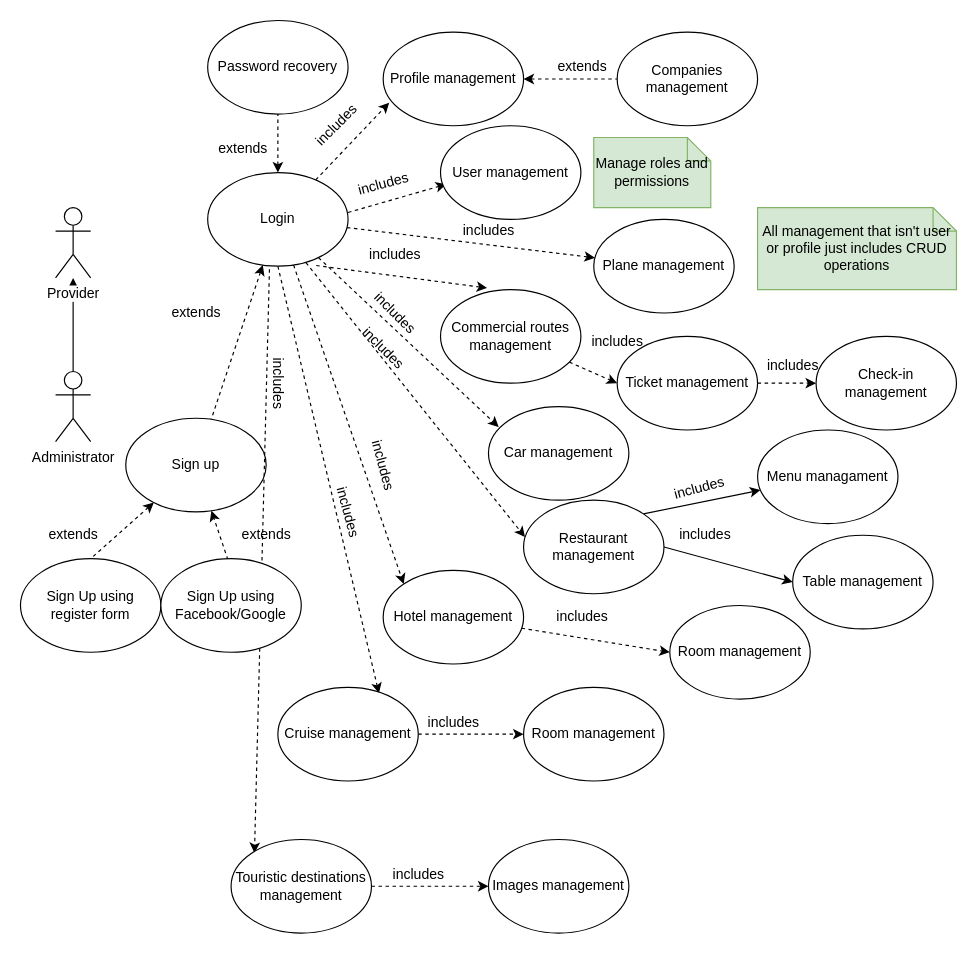
This is Vacanze/Use cases.drawio from NeutronBlast/IS-Ex, a draw.io file, before an edit. Source tidied: cells renumbered, new cells numbered last; positions are measured from the earlier drawing's top-left corner, leaving out a move shared by most shapes. Both pictures are drawn from the tidied source at 117%, with x=0, y=0 at pixel (20, 20).
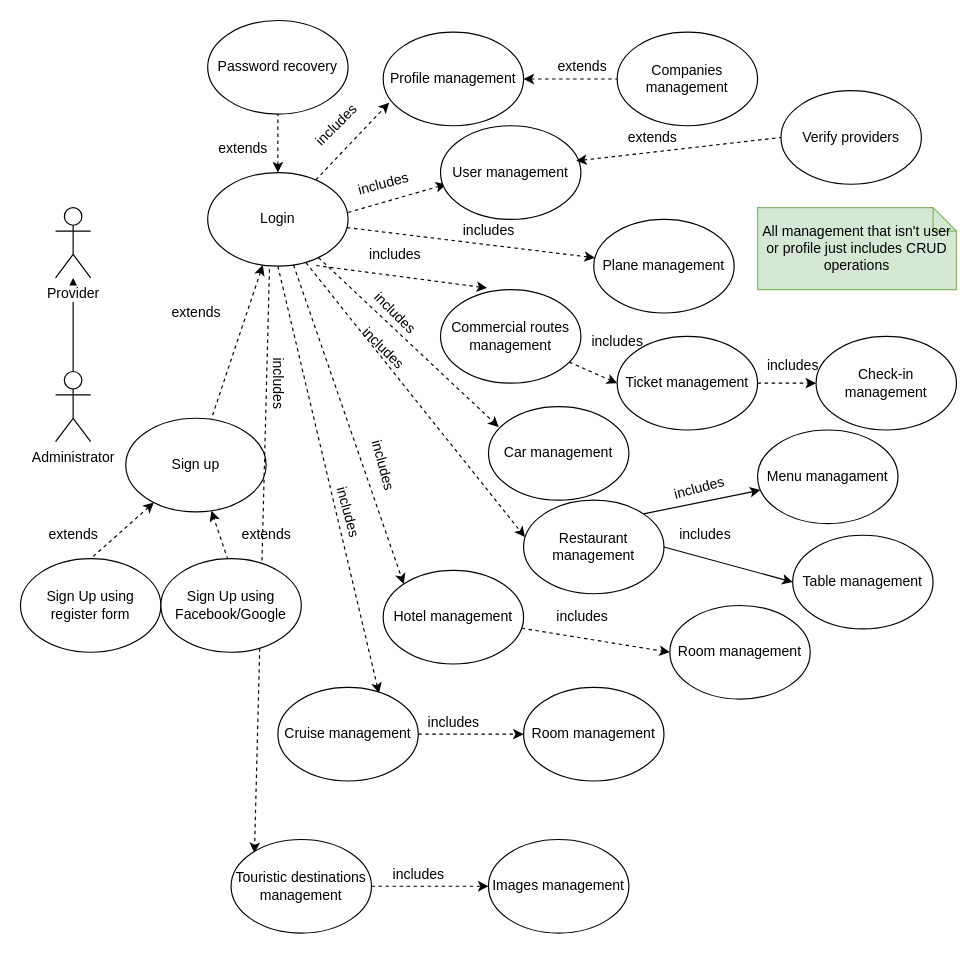
After the change.

Diff of the diagram source:
```diff
@@
-    <mxCell id="21" value="Manage roles and permissions" style="shape=note;size=20;whiteSpace=wrap;html=1;fillColor=#d5e8d4;strokeColor=#82b366;" parent="1" vertex="1">
-      <mxGeometry x="490" y="100" width="100" height="60" as="geometry" />
-    </mxCell>
@@
+    <mxCell id="71" style="rounded=0;jettySize=auto;html=1;endArrow=none;endFill=0;startArrow=classic;startFill=1;dashed=1;entryX=0;entryY=0.5;entryDx=0;entryDy=0;" parent="1" edge="1" target="72">
+      <mxGeometry relative="1" as="geometry">
+        <mxPoint x="475" y="120" as="sourcePoint" />
+      </mxGeometry>
+    </mxCell>
+    <mxCell id="72" value="Verify providers" style="ellipse;whiteSpace=wrap;html=1;" parent="1" vertex="1">
+      <mxGeometry x="650" y="60" width="120" height="80" as="geometry" />
+    </mxCell>
+    <mxCell id="73" value="extends" style="text;html=1;align=center;verticalAlign=middle;rotation=0;" parent="1" vertex="1">
+      <mxGeometry x="510" y="90" width="60" height="20" as="geometry" />
+    </mxCell>
```
